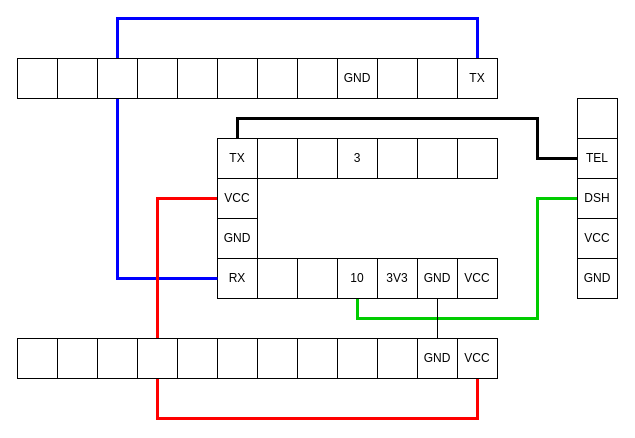
d-slav/Dshot-EM32 keeps this draw.io diagram as SENSOR-ARDUINO-RP2040.drawio. Above is the earlier version. Source tidied: cells renumbered, new cells numbered last; positions are measured from the earlier drawing's top-left corner, leaving out a move shared by most shapes. Both pictures are drawn from the tidied source at 100%, with x=0, y=0 at pixel (17, 18).
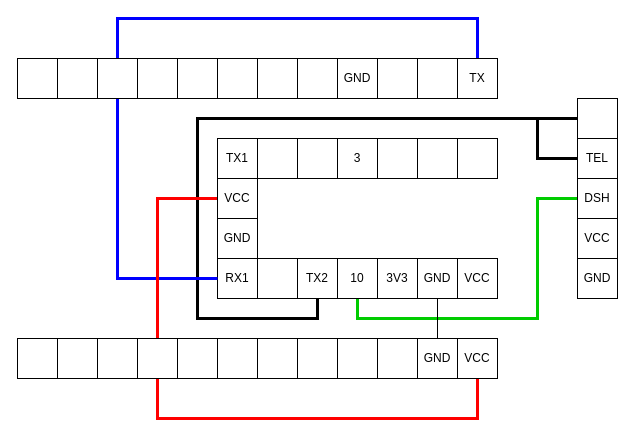
The same page after the edit.

The change refers to these unchanged cells:
```xml
<mxCell id="45" style="rounded=0;whiteSpace=wrap;html=1;" parent="1" vertex="1">
  <mxGeometry x="560" y="80" width="40" height="40" as="geometry" />
</mxCell>
<mxCell id="46" value="TEL" style="rounded=0;whiteSpace=wrap;html=1;" parent="1" vertex="1">
  <mxGeometry x="560" y="120" width="40" height="40" as="geometry" />
</mxCell>
```

Diff of the diagram source:
```diff
@@
-    <mxCell id="8" style="edgeStyle=orthogonalEdgeStyle;rounded=0;jettySize=auto;html=1;exitX=0.5;exitY=0;exitDx=0;exitDy=0;entryX=0;entryY=0.5;entryDx=0;entryDy=0;strokeColor=#000000;endArrow=none;startFill=0;strokeWidth=3;" parent="1" edge="1" source="9" target="46">
+    <mxCell id="8" style="edgeStyle=orthogonalEdgeStyle;rounded=0;jettySize=auto;html=1;exitX=0.5;exitY=1;exitDx=0;exitDy=0;entryX=0;entryY=0.5;entryDx=0;entryDy=0;strokeColor=#000000;endArrow=none;startFill=0;strokeWidth=3;" parent="1" edge="1" source="10" target="46">
       <mxGeometry relative="1" as="geometry">
         <Array as="points">
-          <mxPoint x="220" y="100" />
+          <mxPoint x="300" y="300" />
+          <mxPoint x="180" y="300" />
+          <mxPoint x="180" y="100" />
           <mxPoint x="520" y="100" />
           <mxPoint x="520" y="140" />
         </Array>
       </mxGeometry>
     </mxCell>
-    <mxCell id="9" value="TX" style="rounded=0;whiteSpace=wrap;html=1;" parent="1" vertex="1">
+    <mxCell id="9" value="TX1" style="rounded=0;whiteSpace=wrap;html=1;" parent="1" vertex="1">
       <mxGeometry x="200" y="120" width="40" height="40" as="geometry" />
     </mxCell>
-    <mxCell id="10" style="rounded=0;whiteSpace=wrap;html=1;" parent="1" vertex="1">
+    <mxCell id="10" value="TX2" style="rounded=0;whiteSpace=wrap;html=1;" parent="1" vertex="1">
       <mxGeometry x="280" y="240" width="40" height="40" as="geometry" />
     </mxCell>
@@
-    <mxCell id="17" value="RX" style="rounded=0;whiteSpace=wrap;html=1;" parent="1" vertex="1">
+    <mxCell id="17" value="RX1" style="rounded=0;whiteSpace=wrap;html=1;" parent="1" vertex="1">
       <mxGeometry x="200" y="240" width="40" height="40" as="geometry" />
     </mxCell>
@@
+    <mxCell id="52" style="edgeStyle=orthogonalEdgeStyle;rounded=0;jettySize=auto;html=1;entryX=0;entryY=0.5;entryDx=0;entryDy=0;strokeColor=#000000;endArrow=none;startFill=0;strokeWidth=3;" parent="1" edge="1" target="45">
+      <mxGeometry relative="1" as="geometry">
+        <mxPoint x="520" y="100" as="sourcePoint" />
+        <Array as="points">
+          <mxPoint x="530" y="100" />
+          <mxPoint x="530" y="100" />
+        </Array>
+      </mxGeometry>
+    </mxCell>
```
